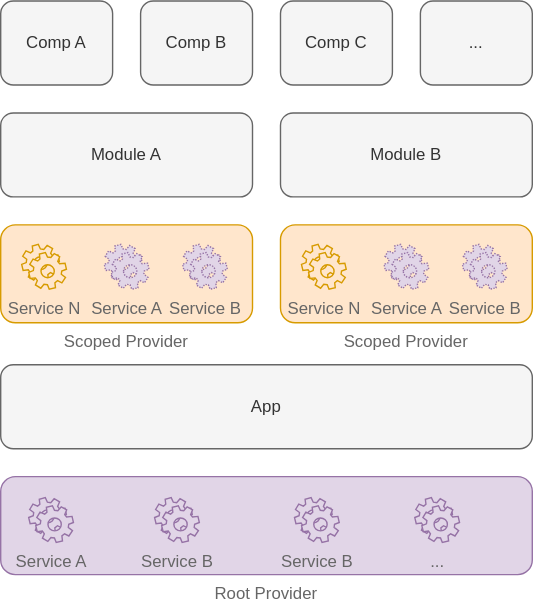
Before: docs/guide/base/_media/bizic.drawio.svg, a diagram exported from draw.io (aukjs/aukjs.github.io). Source tidied: cells renumbered, new cells last; positions are measured from the earlier drawing's top-left corner, leaving out a move shared by most shapes. Source of this version:
```xml
<mxGraphModel>
  <root>
    <mxCell id="0" />
    <mxCell id="1" parent="0" />
    <mxCell id="2" value="Root Provider" style="rounded=1;whiteSpace=wrap;html=1;labelPosition=center;verticalLabelPosition=bottom;align=center;verticalAlign=top;fillColor=#e1d5e7;strokeColor=#9673a6;fontColor=#666666;" parent="1" vertex="1">
      <mxGeometry y="340" width="380" height="70" as="geometry" />
    </mxCell>
    <mxCell id="3" value="Service A" style="shape=mxgraph.bpmn.service_task;html=1;fillColor=#e1d5e7;labelPosition=center;verticalLabelPosition=bottom;align=center;verticalAlign=top;strokeColor=#9673a6;fontColor=#666666;" parent="1" vertex="1">
      <mxGeometry x="20" y="355" width="32" height="32" as="geometry" />
    </mxCell>
    <mxCell id="4" value="Service B" style="shape=mxgraph.bpmn.service_task;html=1;fillColor=#e1d5e7;labelPosition=center;verticalLabelPosition=bottom;align=center;verticalAlign=top;strokeColor=#9673a6;fontColor=#666666;" parent="1" vertex="1">
      <mxGeometry x="110" y="355" width="32" height="32" as="geometry" />
    </mxCell>
    <mxCell id="5" value="Scoped Provider" style="rounded=1;whiteSpace=wrap;html=1;labelPosition=center;verticalLabelPosition=bottom;align=center;verticalAlign=top;fillColor=#ffe6cc;strokeColor=#d79b00;fontColor=#666666;" parent="1" vertex="1">
      <mxGeometry x="200" y="160" width="180" height="70" as="geometry" />
    </mxCell>
    <mxCell id="6" value="&lt;font color=&quot;#666666&quot;&gt;Service N&lt;/font&gt;" style="shape=mxgraph.bpmn.service_task;html=1;fillColor=#ffe6cc;labelPosition=center;verticalLabelPosition=bottom;align=center;verticalAlign=top;strokeColor=#d79b00;" parent="1" vertex="1">
      <mxGeometry x="215" y="174" width="32" height="32" as="geometry" />
    </mxCell>
    <mxCell id="7" value="Service A" style="shape=mxgraph.bpmn.service_task;html=1;fillColor=#e1d5e7;labelPosition=center;verticalLabelPosition=bottom;align=center;verticalAlign=top;strokeColor=#9673a6;fontColor=#666666;dashed=1;dashPattern=1 1;" parent="1" vertex="1">
      <mxGeometry x="274" y="174" width="32" height="32" as="geometry" />
    </mxCell>
    <mxCell id="8" value="Service B" style="shape=mxgraph.bpmn.service_task;html=1;fillColor=#e1d5e7;labelPosition=center;verticalLabelPosition=bottom;align=center;verticalAlign=top;strokeColor=#9673a6;fontColor=#666666;dashed=1;dashPattern=1 1;" parent="1" vertex="1">
      <mxGeometry x="330" y="174" width="32" height="32" as="geometry" />
    </mxCell>
    <mxCell id="9" value="Module B" style="rounded=1;whiteSpace=wrap;html=1;labelPosition=center;verticalLabelPosition=middle;align=center;verticalAlign=middle;fillColor=#f5f5f5;strokeColor=#666666;fontColor=#333333;" parent="1" vertex="1">
      <mxGeometry x="200" y="80" width="180" height="60" as="geometry" />
    </mxCell>
    <mxCell id="10" value="Scoped Provider" style="rounded=1;whiteSpace=wrap;html=1;labelPosition=center;verticalLabelPosition=bottom;align=center;verticalAlign=top;fillColor=#ffe6cc;strokeColor=#d79b00;fontColor=#666666;" parent="1" vertex="1">
      <mxGeometry y="160" width="180" height="70" as="geometry" />
    </mxCell>
    <mxCell id="11" value="&lt;font color=&quot;#666666&quot;&gt;Service N&lt;/font&gt;" style="shape=mxgraph.bpmn.service_task;html=1;fillColor=#ffe6cc;labelPosition=center;verticalLabelPosition=bottom;align=center;verticalAlign=top;strokeColor=#d79b00;" parent="1" vertex="1">
      <mxGeometry x="15" y="174" width="32" height="32" as="geometry" />
    </mxCell>
    <mxCell id="12" value="Service A" style="shape=mxgraph.bpmn.service_task;html=1;fillColor=#e1d5e7;labelPosition=center;verticalLabelPosition=bottom;align=center;verticalAlign=top;strokeColor=#9673a6;fontColor=#666666;dashed=1;dashPattern=1 1;" parent="1" vertex="1">
      <mxGeometry x="74" y="174" width="32" height="32" as="geometry" />
    </mxCell>
    <mxCell id="13" value="Service B" style="shape=mxgraph.bpmn.service_task;html=1;fillColor=#e1d5e7;labelPosition=center;verticalLabelPosition=bottom;align=center;verticalAlign=top;strokeColor=#9673a6;fontColor=#666666;dashed=1;dashPattern=1 1;" parent="1" vertex="1">
      <mxGeometry x="130" y="174" width="32" height="32" as="geometry" />
    </mxCell>
    <mxCell id="14" value="Module A" style="rounded=1;whiteSpace=wrap;html=1;labelPosition=center;verticalLabelPosition=middle;align=center;verticalAlign=middle;fillColor=#f5f5f5;strokeColor=#666666;fontColor=#333333;" parent="1" vertex="1">
      <mxGeometry y="80" width="180" height="60" as="geometry" />
    </mxCell>
    <mxCell id="15" value="Service B" style="shape=mxgraph.bpmn.service_task;html=1;fillColor=#e1d5e7;labelPosition=center;verticalLabelPosition=bottom;align=center;verticalAlign=top;strokeColor=#9673a6;fontColor=#666666;" parent="1" vertex="1">
      <mxGeometry x="210" y="355" width="32" height="32" as="geometry" />
    </mxCell>
    <mxCell id="16" value="..." style="shape=mxgraph.bpmn.service_task;html=1;fillColor=#e1d5e7;labelPosition=center;verticalLabelPosition=bottom;align=center;verticalAlign=top;strokeColor=#9673a6;fontColor=#666666;" parent="1" vertex="1">
      <mxGeometry x="296" y="355" width="32" height="32" as="geometry" />
    </mxCell>
    <mxCell id="17" value="App" style="rounded=1;whiteSpace=wrap;html=1;labelPosition=center;verticalLabelPosition=middle;align=center;verticalAlign=middle;fillColor=#f5f5f5;strokeColor=#666666;fontColor=#333333;" parent="1" vertex="1">
      <mxGeometry y="260" width="380" height="60" as="geometry" />
    </mxCell>
    <mxCell id="18" value="Comp A" style="rounded=1;whiteSpace=wrap;html=1;labelPosition=center;verticalLabelPosition=middle;align=center;verticalAlign=middle;fillColor=#f5f5f5;strokeColor=#666666;fontColor=#333333;" parent="1" vertex="1">
      <mxGeometry width="80" height="60" as="geometry" />
    </mxCell>
    <mxCell id="19" value="Comp B" style="rounded=1;whiteSpace=wrap;html=1;labelPosition=center;verticalLabelPosition=middle;align=center;verticalAlign=middle;fillColor=#f5f5f5;strokeColor=#666666;fontColor=#333333;" parent="1" vertex="1">
      <mxGeometry x="100" width="80" height="60" as="geometry" />
    </mxCell>
    <mxCell id="20" value="Comp C" style="rounded=1;whiteSpace=wrap;html=1;labelPosition=center;verticalLabelPosition=middle;align=center;verticalAlign=middle;fillColor=#f5f5f5;strokeColor=#666666;fontColor=#333333;" parent="1" vertex="1">
      <mxGeometry x="200" width="80" height="60" as="geometry" />
    </mxCell>
    <mxCell id="21" value="..." style="rounded=1;whiteSpace=wrap;html=1;labelPosition=center;verticalLabelPosition=middle;align=center;verticalAlign=middle;fillColor=#f5f5f5;strokeColor=#666666;fontColor=#333333;" parent="1" vertex="1">
      <mxGeometry x="300" width="80" height="60" as="geometry" />
    </mxCell>
  </root>
</mxGraphModel>
```
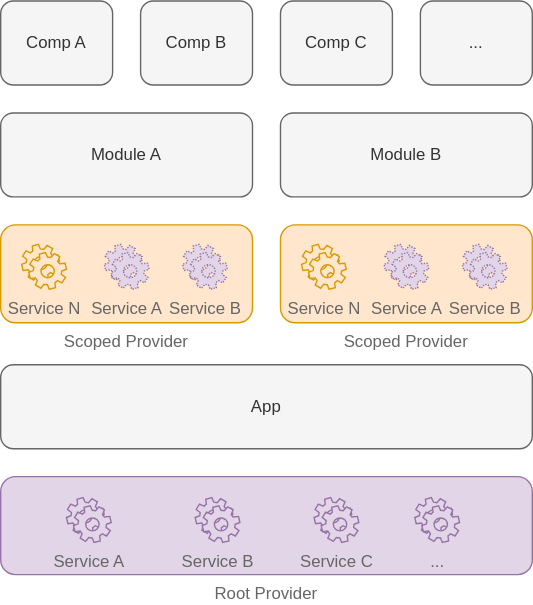
Later version of the same file.

Diff of the diagram source:
```diff
@@ -6,10 +6,10 @@
       <mxGeometry y="340" width="380" height="70" as="geometry" />
     </mxCell>
     <mxCell id="3" value="Service A" style="shape=mxgraph.bpmn.service_task;html=1;fillColor=#e1d5e7;labelPosition=center;verticalLabelPosition=bottom;align=center;verticalAlign=top;strokeColor=#9673a6;fontColor=#666666;" parent="1" vertex="1">
-      <mxGeometry x="20" y="355" width="32" height="32" as="geometry" />
+      <mxGeometry x="47" y="355" width="32" height="32" as="geometry" />
     </mxCell>
     <mxCell id="4" value="Service B" style="shape=mxgraph.bpmn.service_task;html=1;fillColor=#e1d5e7;labelPosition=center;verticalLabelPosition=bottom;align=center;verticalAlign=top;strokeColor=#9673a6;fontColor=#666666;" parent="1" vertex="1">
-      <mxGeometry x="110" y="355" width="32" height="32" as="geometry" />
+      <mxGeometry x="139" y="355" width="32" height="32" as="geometry" />
     </mxCell>
     <mxCell id="5" value="Scoped Provider" style="rounded=1;whiteSpace=wrap;html=1;labelPosition=center;verticalLabelPosition=bottom;align=center;verticalAlign=top;fillColor=#ffe6cc;strokeColor=#d79b00;fontColor=#666666;" parent="1" vertex="1">
       <mxGeometry x="200" y="160" width="180" height="70" as="geometry" />
@@ -41,8 +41,8 @@
     <mxCell id="14" value="Module A" style="rounded=1;whiteSpace=wrap;html=1;labelPosition=center;verticalLabelPosition=middle;align=center;verticalAlign=middle;fillColor=#f5f5f5;strokeColor=#666666;fontColor=#333333;" parent="1" vertex="1">
       <mxGeometry y="80" width="180" height="60" as="geometry" />
     </mxCell>
-    <mxCell id="15" value="Service B" style="shape=mxgraph.bpmn.service_task;html=1;fillColor=#e1d5e7;labelPosition=center;verticalLabelPosition=bottom;align=center;verticalAlign=top;strokeColor=#9673a6;fontColor=#666666;" parent="1" vertex="1">
-      <mxGeometry x="210" y="355" width="32" height="32" as="geometry" />
+    <mxCell id="15" value="Service C" style="shape=mxgraph.bpmn.service_task;html=1;fillColor=#e1d5e7;labelPosition=center;verticalLabelPosition=bottom;align=center;verticalAlign=top;strokeColor=#9673a6;fontColor=#666666;" parent="1" vertex="1">
+      <mxGeometry x="224" y="355" width="32" height="32" as="geometry" />
     </mxCell>
     <mxCell id="16" value="..." style="shape=mxgraph.bpmn.service_task;html=1;fillColor=#e1d5e7;labelPosition=center;verticalLabelPosition=bottom;align=center;verticalAlign=top;strokeColor=#9673a6;fontColor=#666666;" parent="1" vertex="1">
       <mxGeometry x="296" y="355" width="32" height="32" as="geometry" />
```
